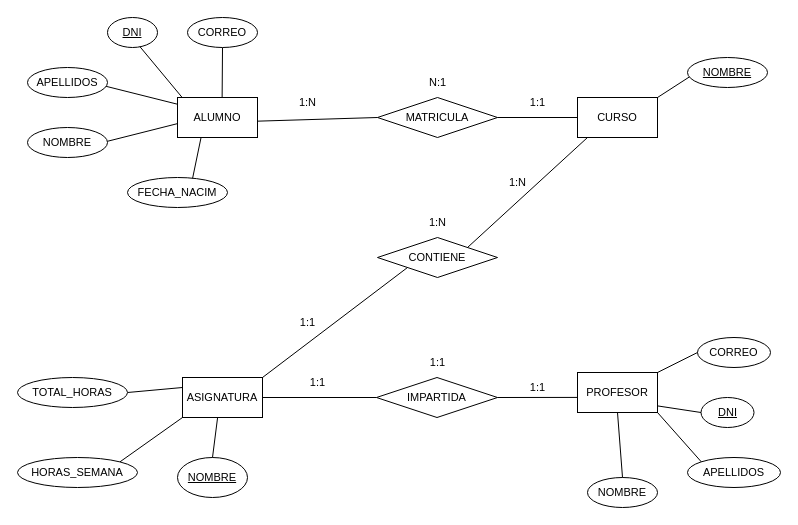
Above: page "diagram-1" (1 of 5) of bases-datos/diagrams.drawio in igardiet/dam (draw.io), before the change. Source tidied: cells renumbered, new cells numbered last; positions are measured from the earlier drawing's top-left corner, leaving out a move shared by most shapes. Both pictures are drawn from the tidied source at 100%, with x=0, y=0 at pixel (17, 17).
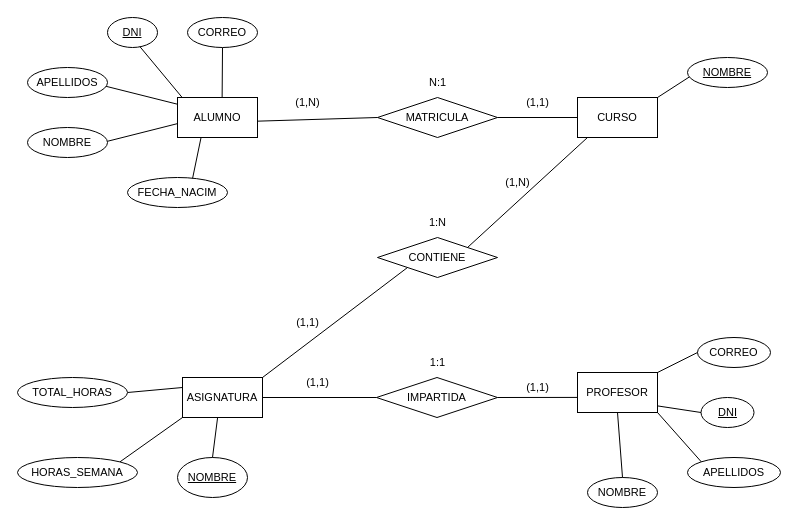
After the change.

What changed in the source:
```diff
@@
-    <mxCell id="38" value="1:N" style="text;html=1;align=center;verticalAlign=middle;strokeColor=none;fillColor=none;fontSize=11;fontFamily=Helvetica;fontColor=default;" parent="1" vertex="1">
-      <mxGeometry x="270" y="70" width="40" height="30" as="geometry" />
+    <mxCell id="38" value="(1,N)" style="text;html=1;align=center;verticalAlign=middle;strokeColor=none;fillColor=none;fontSize=11;fontFamily=Helvetica;fontColor=default;" parent="1" vertex="1">
+      <mxGeometry x="265" y="70" width="50" height="30" as="geometry" />
     </mxCell>
-    <mxCell id="39" value="1:1" style="text;html=1;align=center;verticalAlign=middle;strokeColor=none;fillColor=none;fontSize=11;fontFamily=Helvetica;fontColor=default;" parent="1" vertex="1">
-      <mxGeometry x="500" y="70" width="40" height="30" as="geometry" />
+    <mxCell id="39" value="(1,1)" style="text;html=1;align=center;verticalAlign=middle;strokeColor=none;fillColor=none;fontSize=11;fontFamily=Helvetica;fontColor=default;" parent="1" vertex="1">
+      <mxGeometry x="495" y="70" width="50" height="30" as="geometry" />
     </mxCell>
@@
-    <mxCell id="41" value="1:1" style="text;html=1;align=center;verticalAlign=middle;strokeColor=none;fillColor=none;fontSize=11;fontFamily=Helvetica;fontColor=default;" parent="1" vertex="1">
-      <mxGeometry x="270" y="290" width="40" height="30" as="geometry" />
+    <mxCell id="41" value="(1,1)" style="text;html=1;align=center;verticalAlign=middle;strokeColor=none;fillColor=none;fontSize=11;fontFamily=Helvetica;fontColor=default;" parent="1" vertex="1">
+      <mxGeometry x="265" y="290" width="50" height="30" as="geometry" />
     </mxCell>
-    <mxCell id="42" value="1:N" style="text;html=1;align=center;verticalAlign=middle;strokeColor=none;fillColor=none;fontSize=11;fontFamily=Helvetica;fontColor=default;" parent="1" vertex="1">
-      <mxGeometry x="480" y="150" width="40" height="30" as="geometry" />
+    <mxCell id="42" value="(1,N)" style="text;html=1;align=center;verticalAlign=middle;strokeColor=none;fillColor=none;fontSize=11;fontFamily=Helvetica;fontColor=default;" parent="1" vertex="1">
+      <mxGeometry x="475" y="150" width="50" height="30" as="geometry" />
     </mxCell>
-    <mxCell id="43" value="1:1" style="text;html=1;align=center;verticalAlign=middle;strokeColor=none;fillColor=none;fontSize=11;fontFamily=Helvetica;fontColor=default;" parent="1" vertex="1">
-      <mxGeometry x="280" y="350" width="40" height="30" as="geometry" />
+    <mxCell id="43" value="(1,1)" style="text;html=1;align=center;verticalAlign=middle;strokeColor=none;fillColor=none;fontSize=11;fontFamily=Helvetica;fontColor=default;" parent="1" vertex="1">
+      <mxGeometry x="275" y="350" width="50" height="30" as="geometry" />
     </mxCell>
@@
-    <mxCell id="45" value="1:1" style="text;html=1;align=center;verticalAlign=middle;strokeColor=none;fillColor=none;fontSize=11;fontFamily=Helvetica;fontColor=default;" parent="1" vertex="1">
-      <mxGeometry x="500" y="355" width="40" height="30" as="geometry" />
+    <mxCell id="45" value="(1,1)" style="text;html=1;align=center;verticalAlign=middle;strokeColor=none;fillColor=none;fontSize=11;fontFamily=Helvetica;fontColor=default;" parent="1" vertex="1">
+      <mxGeometry x="495" y="355" width="50" height="30" as="geometry" />
     </mxCell>
```
